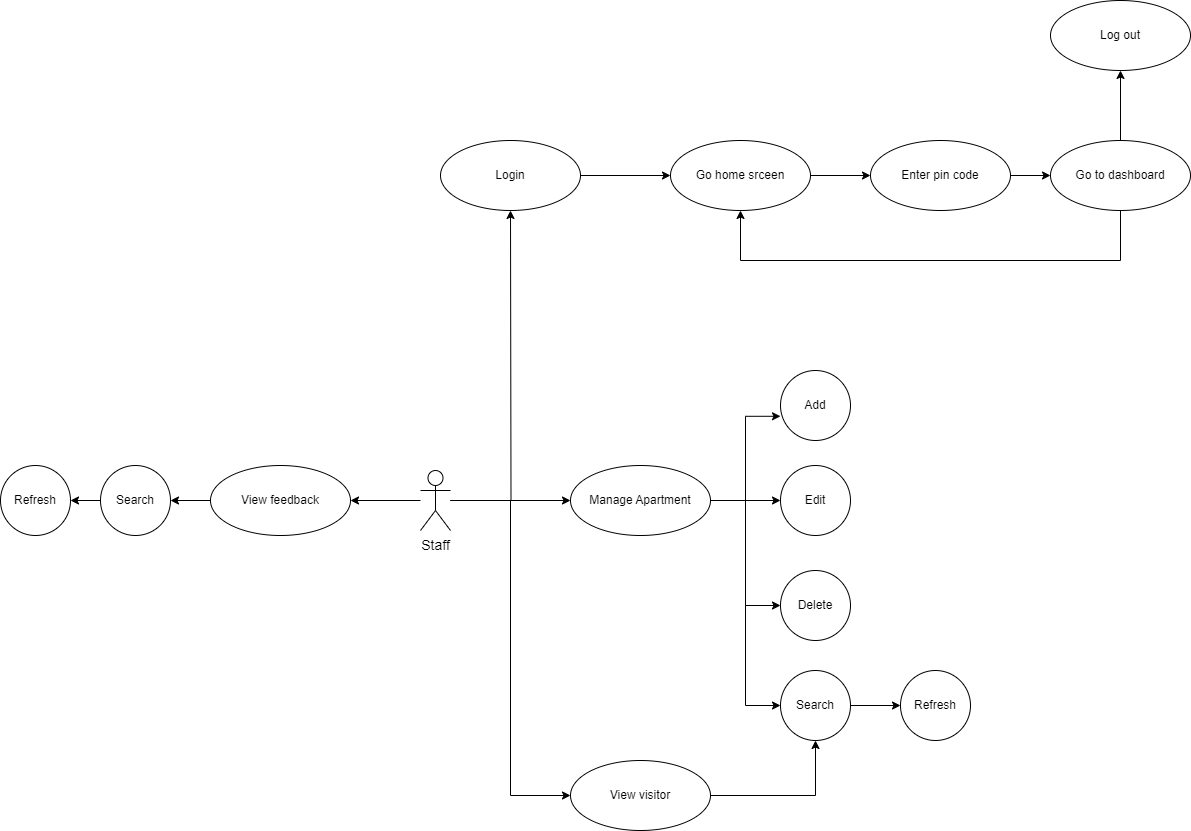
duongminhthanh/app_system_management_visitor_for_old_aparment keeps this draw.io diagram as diagram/usecase staff-Page-1.drawio.png. Above is the earlier version. Source tidied: cells renumbered, new cells last; positions are measured from the earlier drawing's top-left corner, leaving out a move shared by most shapes.
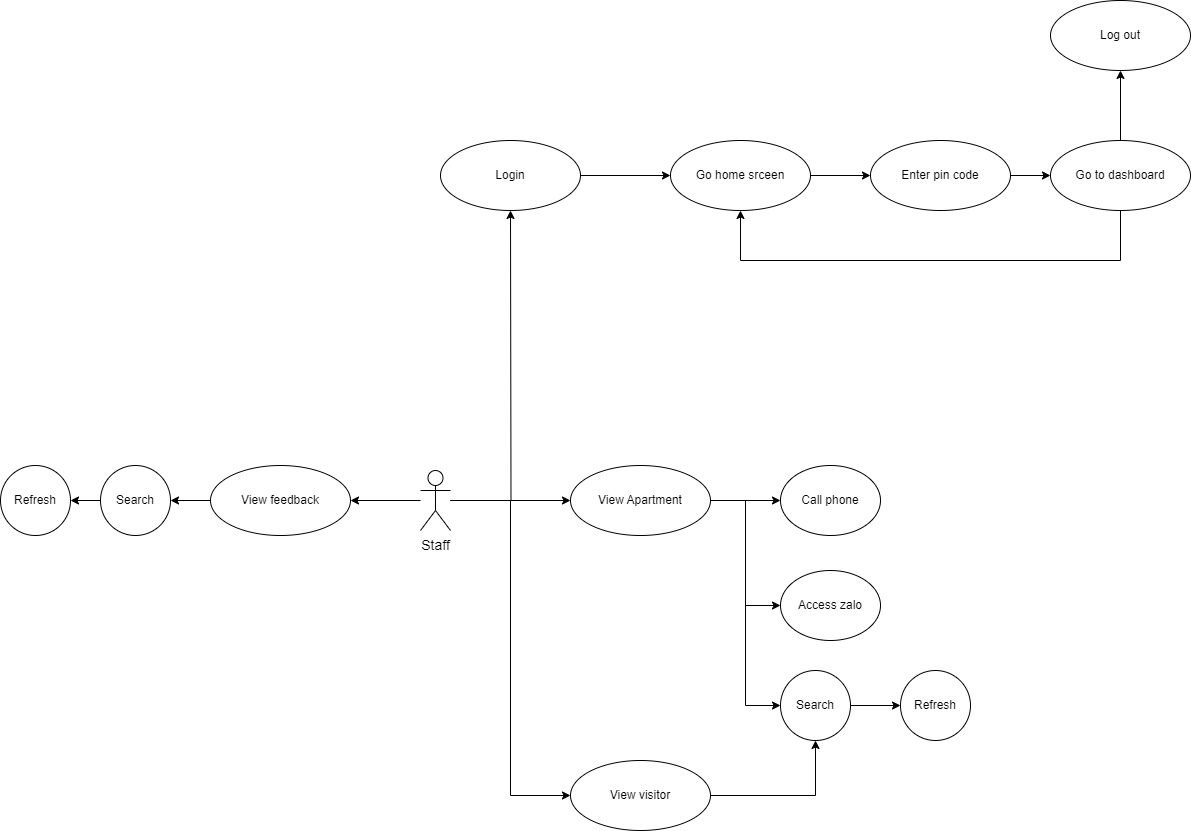
The same diagram one commit later.

Change to the diagram source:
```diff
@@ -19,9 +19,6 @@
     <mxCell id="6" value="Staff" style="shape=umlActor;html=1;verticalLabelPosition=bottom;verticalAlign=top;align=center;fontSize=14;" parent="1" vertex="1">
       <mxGeometry x="420" y="470" width="30" height="60" as="geometry" />
     </mxCell>
-    <mxCell id="7" style="edgeStyle=orthogonalEdgeStyle;rounded=0;jettySize=auto;html=1;entryX=0;entryY=0.654;entryDx=0;entryDy=0;entryPerimeter=0;" parent="1" edge="1" source="11" target="12">
-      <mxGeometry relative="1" as="geometry" />
-    </mxCell>
     <mxCell id="8" style="edgeStyle=orthogonalEdgeStyle;rounded=0;jettySize=auto;html=1;" parent="1" edge="1" source="11" target="13">
       <mxGeometry relative="1" as="geometry" />
     </mxCell>
@@ -31,17 +28,14 @@
     <mxCell id="10" style="edgeStyle=orthogonalEdgeStyle;rounded=0;jettySize=auto;html=1;entryX=0;entryY=0.5;entryDx=0;entryDy=0;" parent="1" edge="1" source="11" target="16">
       <mxGeometry relative="1" as="geometry" />
     </mxCell>
-    <mxCell id="11" value="Manage Apartment" style="ellipse;whiteSpace=wrap;html=1;" parent="1" vertex="1">
+    <mxCell id="11" value="View Apartment" style="ellipse;whiteSpace=wrap;html=1;" parent="1" vertex="1">
       <mxGeometry x="570" y="465" width="140" height="70" as="geometry" />
     </mxCell>
-    <mxCell id="12" value="Add" style="ellipse;whiteSpace=wrap;html=1;" parent="1" vertex="1">
-      <mxGeometry x="780" y="370" width="70" height="70" as="geometry" />
-    </mxCell>
-    <mxCell id="13" value="Edit" style="ellipse;whiteSpace=wrap;html=1;" parent="1" vertex="1">
-      <mxGeometry x="780" y="465" width="70" height="70" as="geometry" />
+    <mxCell id="13" value="Call phone" style="ellipse;whiteSpace=wrap;html=1;" parent="1" vertex="1">
+      <mxGeometry x="780" y="465" width="100" height="70" as="geometry" />
     </mxCell>
-    <mxCell id="14" value="Delete" style="ellipse;whiteSpace=wrap;html=1;" parent="1" vertex="1">
-      <mxGeometry x="780" y="570" width="70" height="70" as="geometry" />
+    <mxCell id="14" value="Access zalo" style="ellipse;whiteSpace=wrap;html=1;" parent="1" vertex="1">
+      <mxGeometry x="780" y="570" width="100" height="70" as="geometry" />
     </mxCell>
     <mxCell id="15" style="edgeStyle=orthogonalEdgeStyle;rounded=0;jettySize=auto;html=1;" parent="1" edge="1" source="16" target="21">
       <mxGeometry relative="1" as="geometry" />
```
